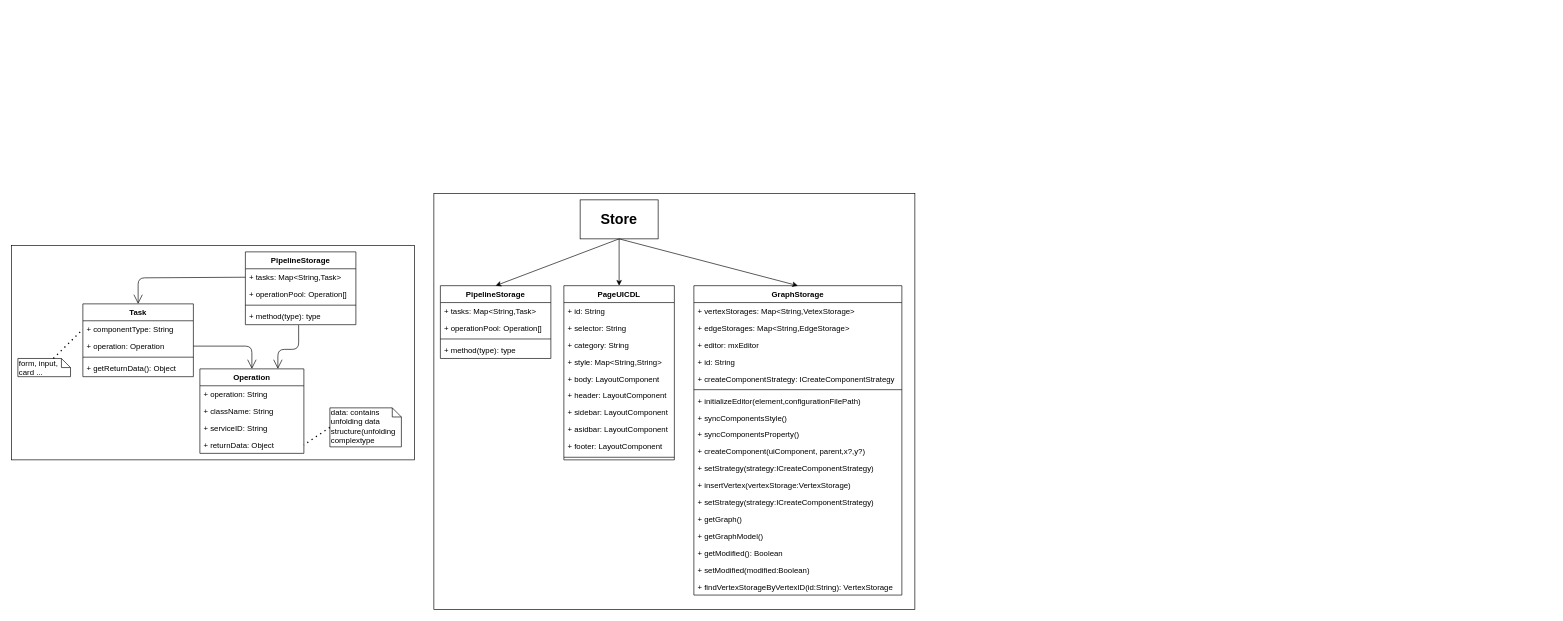
Before: page "Page-3" (3 of 8) of src/design/UIClassDiagram.drawio in MingHsuan0313/UI-Design-Client, a draw.io diagram. Source tidied: cells renumbered, new cells numbered last; positions are measured from the earlier drawing's top-left corner, leaving out a move shared by most shapes. Both pictures are drawn from the tidied source at 65%, with x=0, y=0 at pixel (11, 193).
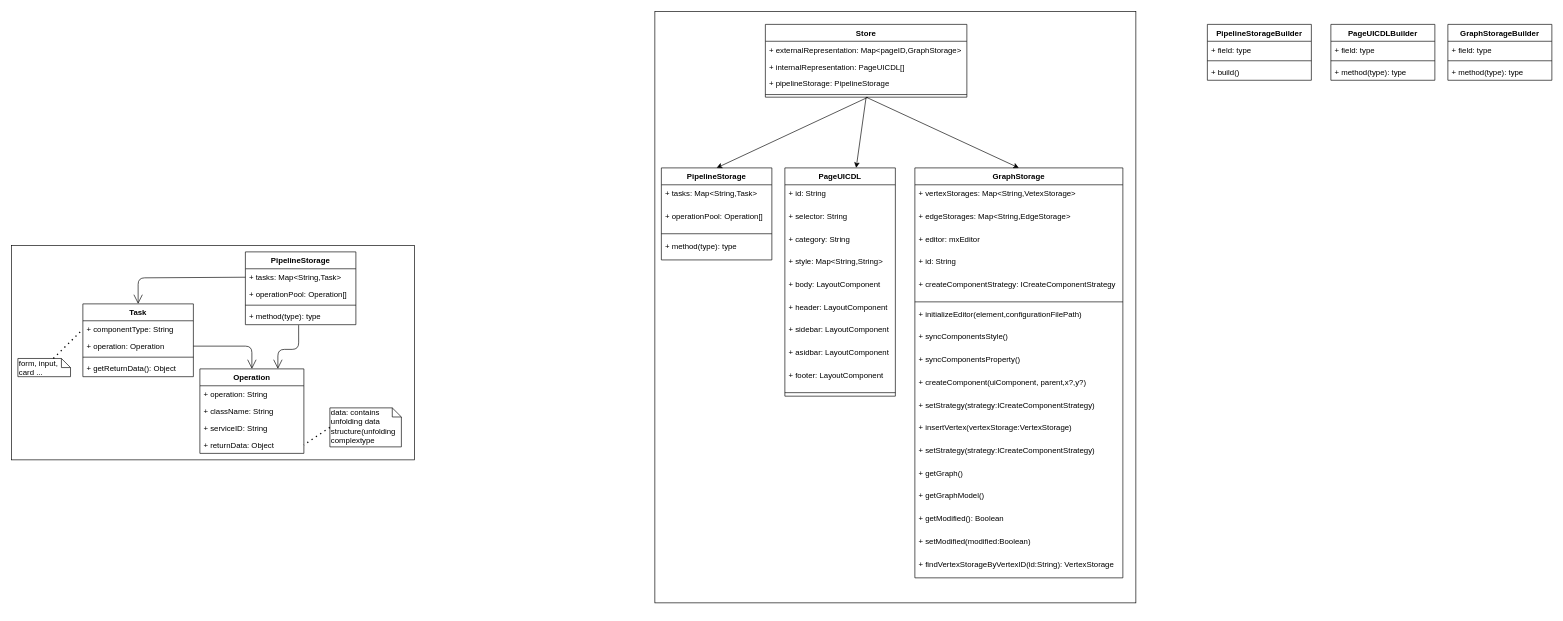
After the change.

Change to the diagram source:
```diff
@@
-    <mxCell id="2" style="rounded=0;whiteSpace=wrap;html=1;" parent="1" vertex="1">
-      <mxGeometry x="650" width="740" height="640" as="geometry" />
-    </mxCell>
@@
-    <mxCell id="26" value="&lt;font style=&quot;font-size: 22px&quot;&gt;&lt;b&gt;Store&lt;/b&gt;&lt;/font&gt;" style="rounded=0;whiteSpace=wrap;html=1;" parent="1" vertex="1">
-      <mxGeometry x="875" y="10" width="120" height="60" as="geometry" />
-    </mxCell>
+    <mxCell id="65" style="group;" parent="1" vertex="1">
+      <mxGeometry x="990" y="-230" width="740" height="860" as="geometry" />
+    </mxCell>
+    <mxCell id="2" style="rounded=0;whiteSpace=wrap;html=1;" parent="65" vertex="1">
+      <mxGeometry y="-50" width="740" height="910" as="geometry" />
+    </mxCell>
-    <mxCell id="27" value="PipelineStorage" style="swimlane;fontStyle=1;align=center;verticalAlign=top;horizontal=1;startSize=26;" parent="1" vertex="1">
-      <mxGeometry x="660" y="142" width="170" height="112" as="geometry" />
+    <mxCell id="27" value="PipelineStorage" style="swimlane;fontStyle=1;align=center;verticalAlign=top;horizontal=1;startSize=26;" parent="65" vertex="1">
+      <mxGeometry x="10" y="190.8" width="170" height="141.6" as="geometry" />
     </mxCell>
     <mxCell id="28" value="+ tasks: Map&lt;String,Task&gt;" style="text;strokeColor=none;fillColor=none;align=left;verticalAlign=top;spacingLeft=4;spacingRight=4;overflow=hidden;" parent="27" vertex="1">
-      <mxGeometry y="26" width="170" height="26" as="geometry" />
+      <mxGeometry y="26" width="170" height="34.9" as="geometry" />
     </mxCell>
     <mxCell id="29" value="+ operationPool: Operation[]" style="text;strokeColor=none;fillColor=none;align=left;verticalAlign=top;spacingLeft=4;spacingRight=4;overflow=hidden;" parent="27" vertex="1">
-      <mxGeometry y="52" width="170" height="26" as="geometry" />
+      <mxGeometry y="60.9" width="170" height="34.9" as="geometry" />
     </mxCell>
     <mxCell id="30" style="line;strokeWidth=1;fillColor=none;align=left;verticalAlign=middle;spacingTop=-1;spacingLeft=3;spacingRight=3;labelPosition=right;" parent="27" vertex="1">
-      <mxGeometry y="78" width="170" height="8" as="geometry" />
+      <mxGeometry y="95.9" width="170" height="10.8" as="geometry" />
     </mxCell>
     <mxCell id="31" value="+ method(type): type" style="text;strokeColor=none;fillColor=none;align=left;verticalAlign=top;spacingLeft=4;spacingRight=4;overflow=hidden;" parent="27" vertex="1">
-      <mxGeometry y="86" width="170" height="26" as="geometry" />
+      <mxGeometry y="106.6" width="170" height="34.9" as="geometry" />
     </mxCell>
-    <mxCell id="32" value="PageUICDL" style="swimlane;fontStyle=1;align=center;verticalAlign=top;horizontal=1;startSize=26;" parent="1" vertex="1">
-      <mxGeometry x="850" y="142" width="170" height="268" as="geometry" />
+    <mxCell id="32" value="PageUICDL" style="swimlane;fontStyle=1;align=center;verticalAlign=top;horizontal=1;startSize=26;" parent="65" vertex="1">
+      <mxGeometry x="200" y="190.8" width="170" height="351.2" as="geometry" />
     </mxCell>
     <mxCell id="33" value="+ id: String" style="text;strokeColor=none;fillColor=none;align=left;verticalAlign=top;spacingLeft=4;spacingRight=4;overflow=hidden;" parent="32" vertex="1">
-      <mxGeometry y="26" width="170" height="26" as="geometry" />
+      <mxGeometry y="26" width="170" height="34.9" as="geometry" />
     </mxCell>
     <mxCell id="34" value="+ selector: String" style="text;strokeColor=none;fillColor=none;align=left;verticalAlign=top;spacingLeft=4;spacingRight=4;overflow=hidden;" parent="32" vertex="1">
-      <mxGeometry y="52" width="170" height="26" as="geometry" />
+      <mxGeometry y="60.9" width="170" height="34.9" as="geometry" />
     </mxCell>
     <mxCell id="35" value="+ category: String" style="text;strokeColor=none;fillColor=none;align=left;verticalAlign=top;spacingLeft=4;spacingRight=4;overflow=hidden;" parent="32" vertex="1">
-      <mxGeometry y="78" width="170" height="26" as="geometry" />
+      <mxGeometry y="95.9" width="170" height="34.9" as="geometry" />
     </mxCell>
     <mxCell id="36" value="+ style: Map&lt;String,String&gt;" style="text;strokeColor=none;fillColor=none;align=left;verticalAlign=top;spacingLeft=4;spacingRight=4;overflow=hidden;" parent="32" vertex="1">
-      <mxGeometry y="104" width="170" height="26" as="geometry" />
+      <mxGeometry y="130.8" width="170" height="34.9" as="geometry" />
     </mxCell>
     <mxCell id="37" value="+ body: LayoutComponent" style="text;strokeColor=none;fillColor=none;align=left;verticalAlign=top;spacingLeft=4;spacingRight=4;overflow=hidden;" parent="32" vertex="1">
-      <mxGeometry y="130" width="170" height="26" as="geometry" />
+      <mxGeometry y="165.8" width="170" height="34.9" as="geometry" />
     </mxCell>
     <mxCell id="38" value="+ header: LayoutComponent" style="text;strokeColor=none;fillColor=none;align=left;verticalAlign=top;spacingLeft=4;spacingRight=4;overflow=hidden;" parent="32" vertex="1">
-      <mxGeometry y="156" width="170" height="26" as="geometry" />
+      <mxGeometry y="200.7" width="170" height="34.9" as="geometry" />
     </mxCell>
     <mxCell id="39" value="+ sidebar: LayoutComponent" style="text;strokeColor=none;fillColor=none;align=left;verticalAlign=top;spacingLeft=4;spacingRight=4;overflow=hidden;" parent="32" vertex="1">
-      <mxGeometry y="182" width="170" height="26" as="geometry" />
+      <mxGeometry y="235.6" width="170" height="34.9" as="geometry" />
     </mxCell>
     <mxCell id="40" value="+ asidbar: LayoutComponent" style="text;strokeColor=none;fillColor=none;align=left;verticalAlign=top;spacingLeft=4;spacingRight=4;overflow=hidden;" parent="32" vertex="1">
-      <mxGeometry y="208" width="170" height="26" as="geometry" />
+      <mxGeometry y="270.6" width="170" height="34.9" as="geometry" />
     </mxCell>
     <mxCell id="41" value="+ footer: LayoutComponent" style="text;strokeColor=none;fillColor=none;align=left;verticalAlign=top;spacingLeft=4;spacingRight=4;overflow=hidden;" parent="32" vertex="1">
-      <mxGeometry y="234" width="170" height="26" as="geometry" />
+      <mxGeometry y="305.5" width="170" height="34.9" as="geometry" />
     </mxCell>
     <mxCell id="42" style="line;strokeWidth=1;fillColor=none;align=left;verticalAlign=middle;spacingTop=-1;spacingLeft=3;spacingRight=3;labelPosition=right;" parent="32" vertex="1">
-      <mxGeometry y="260" width="170" height="8" as="geometry" />
+      <mxGeometry y="340.4" width="170" height="10.8" as="geometry" />
     </mxCell>
-    <mxCell id="43" value="GraphStorage" style="swimlane;fontStyle=1;align=center;verticalAlign=top;horizontal=1;startSize=26;" parent="1" vertex="1">
-      <mxGeometry x="1050" y="142" width="320" height="476" as="geometry" />
+    <mxCell id="43" value="GraphStorage" style="swimlane;fontStyle=1;align=center;verticalAlign=top;horizontal=1;startSize=26;" parent="65" vertex="1">
+      <mxGeometry x="400" y="190.8" width="320" height="630.7" as="geometry" />
     </mxCell>
     <mxCell id="44" value="+ vertexStorages: Map&lt;String,VetexStorage&gt;" style="text;strokeColor=none;fillColor=none;align=left;verticalAlign=top;spacingLeft=4;spacingRight=4;overflow=hidden;" parent="43" vertex="1">
-      <mxGeometry y="26" width="320" height="26" as="geometry" />
+      <mxGeometry y="26" width="320" height="34.9" as="geometry" />
     </mxCell>
     <mxCell id="45" value="+ edgeStorages: Map&lt;String,EdgeStorage&gt;" style="text;strokeColor=none;fillColor=none;align=left;verticalAlign=top;spacingLeft=4;spacingRight=4;overflow=hidden;" parent="43" vertex="1">
-      <mxGeometry y="52" width="320" height="26" as="geometry" />
+      <mxGeometry y="60.9" width="320" height="34.9" as="geometry" />
     </mxCell>
     <mxCell id="46" value="+ editor: mxEditor" style="text;strokeColor=none;fillColor=none;align=left;verticalAlign=top;spacingLeft=4;spacingRight=4;overflow=hidden;" parent="43" vertex="1">
-      <mxGeometry y="78" width="320" height="26" as="geometry" />
+      <mxGeometry y="95.9" width="320" height="34.9" as="geometry" />
     </mxCell>
     <mxCell id="47" value="+ id: String" style="text;strokeColor=none;fillColor=none;align=left;verticalAlign=top;spacingLeft=4;spacingRight=4;overflow=hidden;" parent="43" vertex="1">
-      <mxGeometry y="104" width="320" height="26" as="geometry" />
+      <mxGeometry y="130.8" width="320" height="34.9" as="geometry" />
     </mxCell>
     <mxCell id="48" value="+ createComponentStrategy: ICreateComponentStrategy" style="text;strokeColor=none;fillColor=none;align=left;verticalAlign=top;spacingLeft=4;spacingRight=4;overflow=hidden;" parent="43" vertex="1">
-      <mxGeometry y="130" width="320" height="26" as="geometry" />
+      <mxGeometry y="165.8" width="320" height="34.9" as="geometry" />
     </mxCell>
     <mxCell id="49" style="line;strokeWidth=1;fillColor=none;align=left;verticalAlign=middle;spacingTop=-1;spacingLeft=3;spacingRight=3;labelPosition=right;" parent="43" vertex="1">
-      <mxGeometry y="156" width="320" height="8" as="geometry" />
+      <mxGeometry y="200.7" width="320" height="10.8" as="geometry" />
     </mxCell>
     <mxCell id="50" value="+ initializeEditor(element,configurationFilePath)" style="text;strokeColor=none;fillColor=none;align=left;verticalAlign=top;spacingLeft=4;spacingRight=4;overflow=hidden;" parent="43" vertex="1">
-      <mxGeometry y="164" width="320" height="26" as="geometry" />
+      <mxGeometry y="211.4" width="320" height="34.9" as="geometry" />
     </mxCell>
     <mxCell id="51" value="+ syncComponentsStyle()" style="text;strokeColor=none;fillColor=none;align=left;verticalAlign=top;spacingLeft=4;spacingRight=4;overflow=hidden;" parent="43" vertex="1">
-      <mxGeometry y="190" width="320" height="26" as="geometry" />
+      <mxGeometry y="246.4" width="320" height="34.9" as="geometry" />
     </mxCell>
     <mxCell id="52" value="+ syncComponentsProperty()" style="text;strokeColor=none;fillColor=none;align=left;verticalAlign=top;spacingLeft=4;spacingRight=4;overflow=hidden;" parent="43" vertex="1">
-      <mxGeometry y="216" width="320" height="26" as="geometry" />
+      <mxGeometry y="281.3" width="320" height="34.9" as="geometry" />
     </mxCell>
     <mxCell id="53" value="+ createComponent(uiComponent, parent,x?,y?)" style="text;strokeColor=none;fillColor=none;align=left;verticalAlign=top;spacingLeft=4;spacingRight=4;overflow=hidden;" parent="43" vertex="1">
-      <mxGeometry y="242" width="320" height="26" as="geometry" />
+      <mxGeometry y="316.2" width="320" height="34.9" as="geometry" />
     </mxCell>
     <mxCell id="54" value="+ setStrategy(strategy:ICreateComponentStrategy)" style="text;strokeColor=none;fillColor=none;align=left;verticalAlign=top;spacingLeft=4;spacingRight=4;overflow=hidden;" parent="43" vertex="1">
-      <mxGeometry y="268" width="320" height="26" as="geometry" />
+      <mxGeometry y="351.2" width="320" height="34.9" as="geometry" />
     </mxCell>
     <mxCell id="55" value="+ insertVertex(vertexStorage:VertexStorage)" style="text;strokeColor=none;fillColor=none;align=left;verticalAlign=top;spacingLeft=4;spacingRight=4;overflow=hidden;" parent="43" vertex="1">
-      <mxGeometry y="294" width="320" height="26" as="geometry" />
+      <mxGeometry y="386.1" width="320" height="34.9" as="geometry" />
     </mxCell>
     <mxCell id="56" value="+ setStrategy(strategy:ICreateComponentStrategy)" style="text;strokeColor=none;fillColor=none;align=left;verticalAlign=top;spacingLeft=4;spacingRight=4;overflow=hidden;" parent="43" vertex="1">
-      <mxGeometry y="320" width="320" height="26" as="geometry" />
+      <mxGeometry y="421.1" width="320" height="34.9" as="geometry" />
     </mxCell>
     <mxCell id="57" value="+ getGraph()" style="text;strokeColor=none;fillColor=none;align=left;verticalAlign=top;spacingLeft=4;spacingRight=4;overflow=hidden;" parent="43" vertex="1">
-      <mxGeometry y="346" width="320" height="26" as="geometry" />
+      <mxGeometry y="456" width="320" height="34.9" as="geometry" />
     </mxCell>
     <mxCell id="58" value="+ getGraphModel()" style="text;strokeColor=none;fillColor=none;align=left;verticalAlign=top;spacingLeft=4;spacingRight=4;overflow=hidden;" parent="43" vertex="1">
-      <mxGeometry y="372" width="320" height="26" as="geometry" />
+      <mxGeometry y="490.9" width="320" height="34.9" as="geometry" />
     </mxCell>
     <mxCell id="59" value="+ getModified(): Boolean" style="text;strokeColor=none;fillColor=none;align=left;verticalAlign=top;spacingLeft=4;spacingRight=4;overflow=hidden;" parent="43" vertex="1">
-      <mxGeometry y="398" width="320" height="26" as="geometry" />
+      <mxGeometry y="525.9" width="320" height="34.9" as="geometry" />
     </mxCell>
     <mxCell id="60" value="+ setModified(modified:Boolean)" style="text;strokeColor=none;fillColor=none;align=left;verticalAlign=top;spacingLeft=4;spacingRight=4;overflow=hidden;" parent="43" vertex="1">
-      <mxGeometry y="424" width="320" height="26" as="geometry" />
+      <mxGeometry y="560.8" width="320" height="34.9" as="geometry" />
     </mxCell>
     <mxCell id="61" value="+ findVertexStorageByVertexID(id:String): VertexStorage" style="text;strokeColor=none;fillColor=none;align=left;verticalAlign=top;spacingLeft=4;spacingRight=4;overflow=hidden;" parent="43" vertex="1">
-      <mxGeometry y="450" width="320" height="26" as="geometry" />
+      <mxGeometry y="595.8" width="320" height="34.9" as="geometry" />
     </mxCell>
-    <mxCell id="62" style="endArrow=classic;html=1;exitX=0.5;exitY=1;exitDx=0;exitDy=0;entryX=0.5;entryY=0;entryDx=0;entryDy=0;" parent="1" edge="1" source="26" target="27">
-      <mxGeometry relative="1" as="geometry" />
+    <mxCell id="62" style="endArrow=classic;html=1;entryX=0.5;entryY=0;entryDx=0;entryDy=0;" parent="65" edge="1" target="27">
+      <mxGeometry relative="1" as="geometry">
+        <mxPoint x="328" y="82" as="sourcePoint" />
+      </mxGeometry>
     </mxCell>
+    <mxCell id="64" style="endArrow=classic;html=1;exitX=0.5;exitY=1;exitDx=0;exitDy=0;entryX=0.5;entryY=0;entryDx=0;entryDy=0;" parent="65" edge="1" source="26" target="43">
+      <mxGeometry relative="1" as="geometry" />
+    </mxCell>
-    <mxCell id="63" style="endArrow=classic;html=1;exitX=0.5;exitY=1;exitDx=0;exitDy=0;" parent="1" edge="1" source="26" target="32">
+    <mxCell id="63" style="endArrow=classic;html=1;exitX=0.5;exitY=1;exitDx=0;exitDy=0;" parent="65" edge="1" source="26" target="32">
       <mxGeometry relative="1" as="geometry" />
     </mxCell>
-    <mxCell id="64" style="endArrow=classic;html=1;exitX=0.5;exitY=1;exitDx=0;exitDy=0;entryX=0.5;entryY=0;entryDx=0;entryDy=0;" parent="1" edge="1" source="26" target="43">
-      <mxGeometry relative="1" as="geometry" />
-    </mxCell>
+    <mxCell id="26" value="Store" style="swimlane;fontStyle=1;align=center;verticalAlign=top;horizontal=1;startSize=26;" parent="65" vertex="1">
+      <mxGeometry x="170" y="-30" width="310" height="112" as="geometry" />
+    </mxCell>
+    <mxCell id="66" value="+ externalRepresentation: Map&lt;pageID,GraphStorage&gt;" style="text;strokeColor=none;fillColor=none;align=left;verticalAlign=top;spacingLeft=4;spacingRight=4;overflow=hidden;" parent="26" vertex="1">
+      <mxGeometry y="26" width="310" height="26" as="geometry" />
+    </mxCell>
+    <mxCell id="67" value="+ internalRepresentation: PageUICDL[]" style="text;strokeColor=none;fillColor=none;align=left;verticalAlign=top;spacingLeft=4;spacingRight=4;overflow=hidden;" parent="26" vertex="1">
+      <mxGeometry y="52" width="310" height="26" as="geometry" />
+    </mxCell>
+    <mxCell id="68" value="+ pipelineStorage: PipelineStorage" style="text;strokeColor=none;fillColor=none;align=left;verticalAlign=top;spacingLeft=4;spacingRight=4;overflow=hidden;" parent="26" vertex="1">
+      <mxGeometry y="78" width="310" height="26" as="geometry" />
+    </mxCell>
+    <mxCell id="69" style="line;strokeWidth=1;fillColor=none;align=left;verticalAlign=middle;spacingTop=-1;spacingLeft=3;spacingRight=3;labelPosition=right;" parent="26" vertex="1">
+      <mxGeometry y="104" width="310" height="8" as="geometry" />
+    </mxCell>
+    <mxCell id="70" value="PipelineStorageBuilder" style="swimlane;fontStyle=1;align=center;verticalAlign=top;horizontal=1;startSize=26;" parent="1" vertex="1">
+      <mxGeometry x="1840" y="-260" width="160" height="86" as="geometry" />
+    </mxCell>
+    <mxCell id="71" value="+ field: type" style="text;strokeColor=none;fillColor=none;align=left;verticalAlign=top;spacingLeft=4;spacingRight=4;overflow=hidden;" parent="70" vertex="1">
+      <mxGeometry y="26" width="160" height="26" as="geometry" />
+    </mxCell>
+    <mxCell id="72" style="line;strokeWidth=1;fillColor=none;align=left;verticalAlign=middle;spacingTop=-1;spacingLeft=3;spacingRight=3;labelPosition=right;" parent="70" vertex="1">
+      <mxGeometry y="52" width="160" height="8" as="geometry" />
+    </mxCell>
+    <mxCell id="73" value="+ build()" style="text;strokeColor=none;fillColor=none;align=left;verticalAlign=top;spacingLeft=4;spacingRight=4;overflow=hidden;" parent="70" vertex="1">
+      <mxGeometry y="60" width="160" height="26" as="geometry" />
+    </mxCell>
+    <mxCell id="74" value="PageUICDLBuilder" style="swimlane;fontStyle=1;align=center;verticalAlign=top;horizontal=1;startSize=26;" parent="1" vertex="1">
+      <mxGeometry x="2030" y="-260" width="160" height="86" as="geometry" />
+    </mxCell>
+    <mxCell id="75" value="+ field: type" style="text;strokeColor=none;fillColor=none;align=left;verticalAlign=top;spacingLeft=4;spacingRight=4;overflow=hidden;" parent="74" vertex="1">
+      <mxGeometry y="26" width="160" height="26" as="geometry" />
+    </mxCell>
+    <mxCell id="76" style="line;strokeWidth=1;fillColor=none;align=left;verticalAlign=middle;spacingTop=-1;spacingLeft=3;spacingRight=3;labelPosition=right;" parent="74" vertex="1">
+      <mxGeometry y="52" width="160" height="8" as="geometry" />
+    </mxCell>
+    <mxCell id="77" value="+ method(type): type" style="text;strokeColor=none;fillColor=none;align=left;verticalAlign=top;spacingLeft=4;spacingRight=4;overflow=hidden;" parent="74" vertex="1">
+      <mxGeometry y="60" width="160" height="26" as="geometry" />
+    </mxCell>
+    <mxCell id="78" value="GraphStorageBuilder" style="swimlane;fontStyle=1;align=center;verticalAlign=top;horizontal=1;startSize=26;" parent="1" vertex="1">
+      <mxGeometry x="2210" y="-260" width="160" height="86" as="geometry" />
+    </mxCell>
+    <mxCell id="79" value="+ field: type" style="text;strokeColor=none;fillColor=none;align=left;verticalAlign=top;spacingLeft=4;spacingRight=4;overflow=hidden;" parent="78" vertex="1">
+      <mxGeometry y="26" width="160" height="26" as="geometry" />
+    </mxCell>
+    <mxCell id="80" style="line;strokeWidth=1;fillColor=none;align=left;verticalAlign=middle;spacingTop=-1;spacingLeft=3;spacingRight=3;labelPosition=right;" parent="78" vertex="1">
+      <mxGeometry y="52" width="160" height="8" as="geometry" />
+    </mxCell>
+    <mxCell id="81" value="+ method(type): type" style="text;strokeColor=none;fillColor=none;align=left;verticalAlign=top;spacingLeft=4;spacingRight=4;overflow=hidden;" parent="78" vertex="1">
+      <mxGeometry y="60" width="160" height="26" as="geometry" />
+    </mxCell>
```
